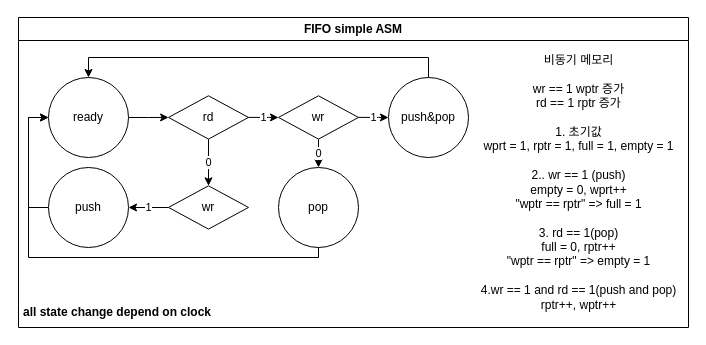
Earlier version of the draw.io diagram FIFO simple ASM.drawio (cong2738/FPGA_Harman). Source tidied: cells renumbered, new cells numbered last; positions are measured from the earlier drawing's top-left corner, leaving out a move shared by most shapes. Both pictures are drawn from the tidied source at 100%, with x=0, y=0 at pixel (17, 17).
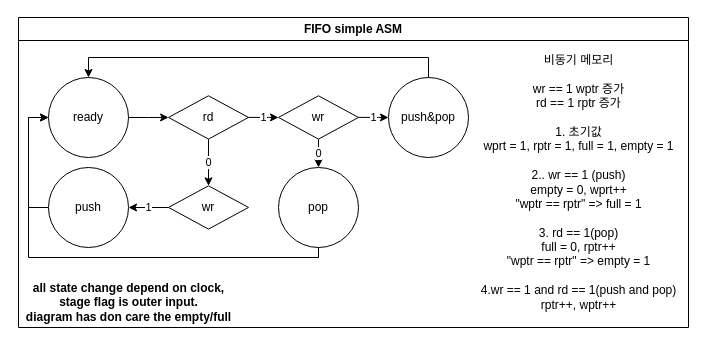
Above is the later version.

Commit message:
fifo 다이어그렘

Unchanged cells that the change refers to:
```xml
<mxCell id="2" value="FIFO simple ASM" style="swimlane;whiteSpace=wrap;html=1;" parent="1" vertex="1">
  <mxGeometry x="1" width="670" height="310" as="geometry" />
</mxCell>
```

Diff of the diagram source:
```diff
@@
-    <mxCell id="4" value="&lt;span style=&quot;font-weight: 700;&quot;&gt;all state change depend on clock&lt;/span&gt;" style="text;html=1;align=center;verticalAlign=middle;whiteSpace=wrap;rounded=0;" parent="2" vertex="1">
-      <mxGeometry x="-1" y="280" width="200" height="30" as="geometry" />
+    <mxCell id="4" value="&lt;span style=&quot;font-weight: 700;&quot;&gt;all state change depend on clock, stage flag is outer input.&lt;/span&gt;&lt;div&gt;&lt;span style=&quot;font-weight: 700;&quot;&gt;diagram has don care the empty/full&lt;/span&gt;&lt;/div&gt;" style="text;html=1;align=center;verticalAlign=middle;whiteSpace=wrap;rounded=0;" parent="2" vertex="1">
+      <mxGeometry y="270" width="221" height="30" as="geometry" />
     </mxCell>
```
